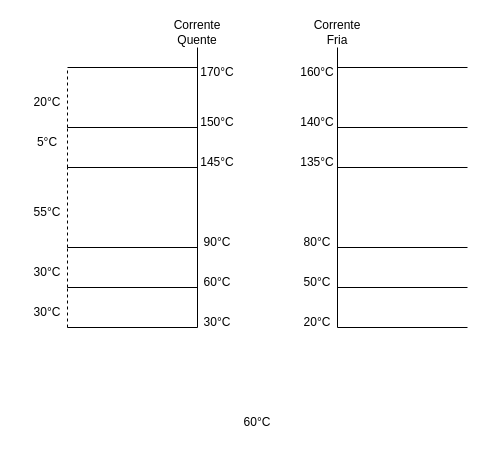
igcampos/Mestrado keeps this draw.io diagram as CasoII-PINCH.drawio. Above is the earlier version. Source tidied: cells renumbered, new cells numbered last; positions are measured from the earlier drawing's top-left corner, leaving out a move shared by most shapes. Both pictures are drawn from the tidied source at 100%, with x=0, y=0 at pixel (17, 17).
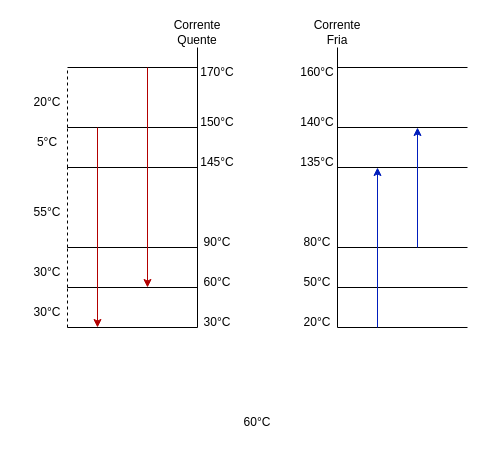
The same page after the edit.

Change to the diagram source:
```diff
@@
+    <mxCell id="41" style="endArrow=classic;html=1;rounded=0;fillColor=#e51400;strokeColor=#B20000;" parent="1" edge="1">
+      <mxGeometry relative="1" as="geometry">
+        <mxPoint x="130" y="50" as="sourcePoint" />
+        <mxPoint x="130" y="270" as="targetPoint" />
+      </mxGeometry>
+    </mxCell>
+    <mxCell id="42" style="endArrow=classic;html=1;rounded=0;fillColor=#e51400;strokeColor=#B20000;" parent="1" edge="1">
+      <mxGeometry relative="1" as="geometry">
+        <mxPoint x="80" y="110" as="sourcePoint" />
+        <mxPoint x="80" y="310" as="targetPoint" />
+      </mxGeometry>
+    </mxCell>
+    <mxCell id="43" style="endArrow=classic;html=1;rounded=0;fillColor=#0050ef;strokeColor=#001DBC;" parent="1" edge="1">
+      <mxGeometry relative="1" as="geometry">
+        <mxPoint x="360" y="310" as="sourcePoint" />
+        <mxPoint x="360" y="150" as="targetPoint" />
+      </mxGeometry>
+    </mxCell>
+    <mxCell id="44" style="endArrow=classic;html=1;rounded=0;fillColor=#0050ef;strokeColor=#001DBC;" parent="1" edge="1">
+      <mxGeometry relative="1" as="geometry">
+        <mxPoint x="400" y="230" as="sourcePoint" />
+        <mxPoint x="400" y="110" as="targetPoint" />
+      </mxGeometry>
+    </mxCell>
```
